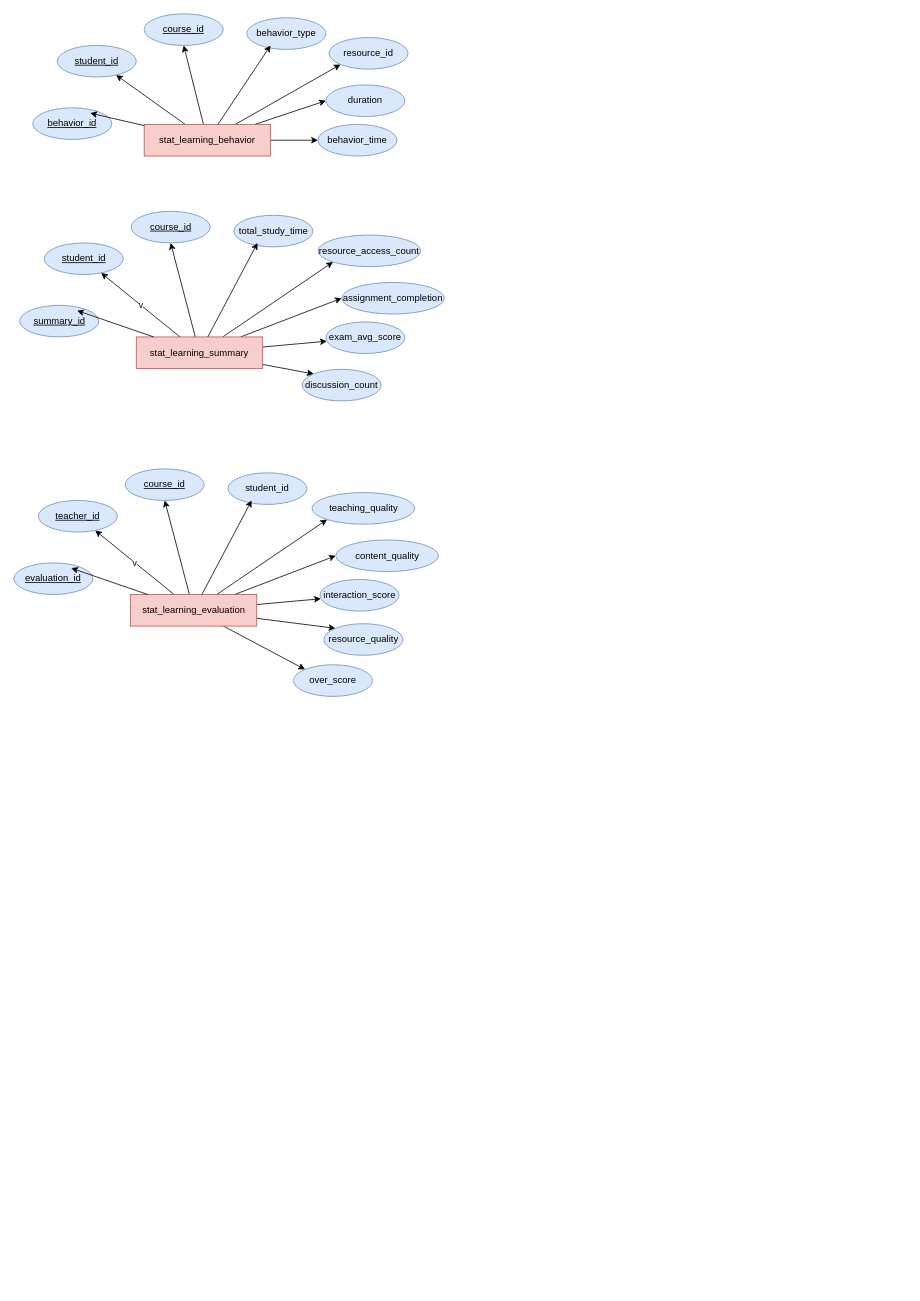
This is 教学评估er.drawio from ytrLove/text_repo, a draw.io file, before an edit. Source tidied: cells renumbered, new cells numbered last; positions are measured from the earlier drawing's top-left corner, leaving out a move shared by most shapes. Both pictures are drawn from the tidied source at 79%, with x=0, y=0 at pixel (13, 13).
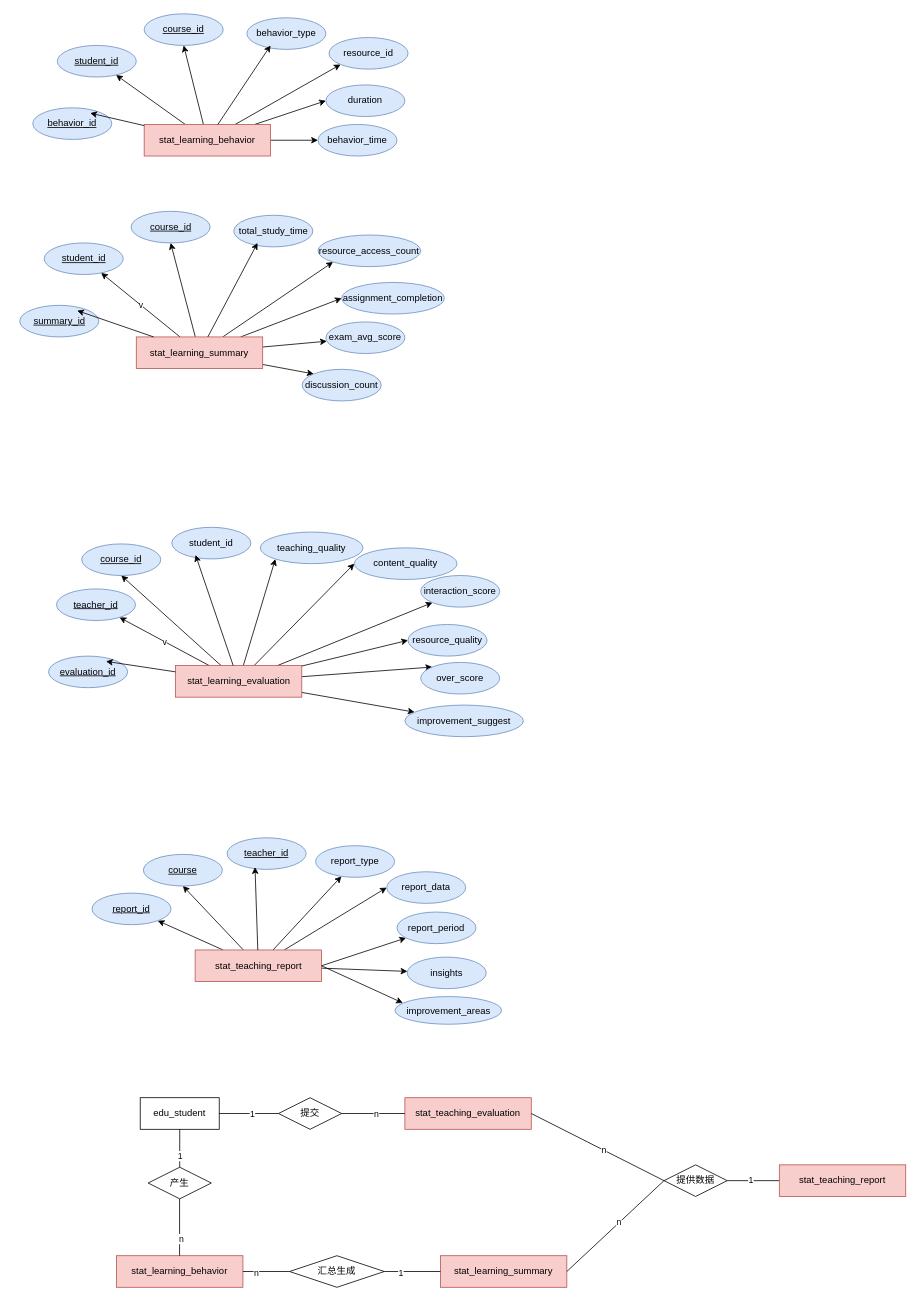
The same diagram, later.

Diff of the diagram source:
```diff
@@
+    <mxCell id="40" style="edgeStyle=none;rounded=0;jettySize=auto;html=1;entryX=0;entryY=0;entryDx=0;entryDy=0;" parent="1" edge="1" source="41" target="52">
+      <mxGeometry relative="1" as="geometry" />
+    </mxCell>
-    <mxCell id="39" style="edgeStyle=none;rounded=0;jettySize=auto;html=1;entryX=0;entryY=0;entryDx=0;entryDy=0;" parent="1" edge="1" source="41" target="51">
+    <mxCell id="39" style="edgeStyle=none;rounded=0;jettySize=auto;html=1;entryX=0;entryY=0.5;entryDx=0;entryDy=0;" parent="1" edge="1" source="41" target="51">
       <mxGeometry relative="1" as="geometry" />
     </mxCell>
-    <mxCell id="40" style="edgeStyle=none;rounded=0;jettySize=auto;html=1;entryX=0;entryY=0;entryDx=0;entryDy=0;" parent="1" edge="1" source="41" target="52">
-      <mxGeometry relative="1" as="geometry" />
-    </mxCell>
+    <mxCell id="53" style="edgeStyle=none;rounded=0;jettySize=auto;html=1;" parent="1" edge="1" source="41" target="54">
+      <mxGeometry relative="1" as="geometry" />
+    </mxCell>
     <mxCell id="41" value="stat_learning_evaluation" style="whiteSpace=wrap;html=1;align=center;fillColor=#f8cecc;strokeColor=#b85450;" parent="1" vertex="1">
-      <mxGeometry x="147.5" y="735" width="160" height="40" as="geometry" />
+      <mxGeometry x="204.5" y="825" width="160" height="40" as="geometry" />
     </mxCell>
     <mxCell id="42" value="student_id" style="ellipse;whiteSpace=wrap;html=1;align=center;fillColor=#dae8fc;strokeColor=#6c8ebf;" parent="1" vertex="1">
-      <mxGeometry x="271" y="581" width="100" height="40" as="geometry" />
+      <mxGeometry x="200" y="650" width="100" height="40" as="geometry" />
     </mxCell>
     <mxCell id="43" value="evaluation_id" style="ellipse;whiteSpace=wrap;html=1;align=center;fontStyle=4;fillColor=#dae8fc;strokeColor=#6c8ebf;" parent="1" vertex="1">
-      <mxGeometry y="695" width="100" height="40" as="geometry" />
+      <mxGeometry x="44" y="813" width="100" height="40" as="geometry" />
     </mxCell>
     <mxCell id="44" value="teacher_id" style="ellipse;whiteSpace=wrap;html=1;align=center;fontStyle=4;fillColor=#dae8fc;strokeColor=#6c8ebf;" parent="1" vertex="1">
-      <mxGeometry x="31" y="616" width="100" height="40" as="geometry" />
+      <mxGeometry x="54" y="728" width="100" height="40" as="geometry" />
     </mxCell>
     <mxCell id="45" value="course_id" style="ellipse;whiteSpace=wrap;html=1;align=center;fontStyle=4;fillColor=#dae8fc;strokeColor=#6c8ebf;" parent="1" vertex="1">
-      <mxGeometry x="141" y="576" width="100" height="40" as="geometry" />
+      <mxGeometry x="86" y="671" width="100" height="40" as="geometry" />
     </mxCell>
     <mxCell id="46" value="teaching_quality" style="ellipse;whiteSpace=wrap;html=1;align=center;fillColor=#dae8fc;strokeColor=#6c8ebf;" parent="1" vertex="1">
-      <mxGeometry x="377.5" y="606" width="130" height="40" as="geometry" />
+      <mxGeometry x="312" y="656" width="130" height="40" as="geometry" />
     </mxCell>
     <mxCell id="47" value="content_quality" style="ellipse;whiteSpace=wrap;html=1;align=center;fillColor=#dae8fc;strokeColor=#6c8ebf;" parent="1" vertex="1">
-      <mxGeometry x="407.5" y="666" width="130" height="40" as="geometry" />
+      <mxGeometry x="431" y="676" width="130" height="40" as="geometry" />
     </mxCell>
     <mxCell id="48" value="interaction_score" style="ellipse;whiteSpace=wrap;html=1;align=center;fillColor=#dae8fc;strokeColor=#6c8ebf;" parent="1" vertex="1">
-      <mxGeometry x="387.5" y="716" width="100" height="40" as="geometry" />
+      <mxGeometry x="515" y="711" width="100" height="40" as="geometry" />
     </mxCell>
@@
+    <mxCell id="52" value="over_score" style="ellipse;whiteSpace=wrap;html=1;align=center;fillColor=#dae8fc;strokeColor=#6c8ebf;" parent="1" vertex="1">
+      <mxGeometry x="515" y="821" width="100" height="40" as="geometry" />
+    </mxCell>
     <mxCell id="51" value="resource_quality" style="ellipse;whiteSpace=wrap;html=1;align=center;fillColor=#dae8fc;strokeColor=#6c8ebf;" parent="1" vertex="1">
-      <mxGeometry x="392.5" y="772" width="100" height="40" as="geometry" />
+      <mxGeometry x="499" y="773" width="100" height="40" as="geometry" />
     </mxCell>
-    <mxCell id="52" value="over_score" style="ellipse;whiteSpace=wrap;html=1;align=center;fillColor=#dae8fc;strokeColor=#6c8ebf;" parent="1" vertex="1">
-      <mxGeometry x="354" y="824" width="100" height="40" as="geometry" />
-    </mxCell>
+    <mxCell id="54" value="improvement_suggest" style="ellipse;whiteSpace=wrap;html=1;align=center;fillColor=#dae8fc;strokeColor=#6c8ebf;" parent="1" vertex="1">
+      <mxGeometry x="495" y="875" width="150" height="40" as="geometry" />
+    </mxCell>
+    <mxCell id="55" style="edgeStyle=none;rounded=0;jettySize=auto;html=1;" parent="1" edge="1" source="61" target="62">
+      <mxGeometry relative="1" as="geometry" />
+    </mxCell>
+    <mxCell id="56" style="edgeStyle=none;rounded=0;jettySize=auto;html=1;entryX=0.5;entryY=1;entryDx=0;entryDy=0;" parent="1" edge="1" source="61" target="63">
+      <mxGeometry relative="1" as="geometry" />
+    </mxCell>
+    <mxCell id="57" style="edgeStyle=none;rounded=0;jettySize=auto;html=1;" parent="1" edge="1" source="61" target="66">
+      <mxGeometry relative="1" as="geometry" />
+    </mxCell>
+    <mxCell id="58" style="edgeStyle=none;rounded=0;jettySize=auto;html=1;exitX=1;exitY=0.5;exitDx=0;exitDy=0;" parent="1" edge="1" source="61" target="67">
+      <mxGeometry relative="1" as="geometry" />
+    </mxCell>
+    <mxCell id="59" style="edgeStyle=none;rounded=0;jettySize=auto;html=1;entryX=0;entryY=0.5;entryDx=0;entryDy=0;" parent="1" edge="1" source="61" target="68">
+      <mxGeometry relative="1" as="geometry" />
+    </mxCell>
+    <mxCell id="60" style="edgeStyle=none;rounded=0;jettySize=auto;html=1;" parent="1" edge="1" source="61" target="69">
+      <mxGeometry relative="1" as="geometry" />
+    </mxCell>
+    <mxCell id="61" value="stat_teaching_report" style="whiteSpace=wrap;html=1;align=center;fillColor=#f8cecc;strokeColor=#b85450;" parent="1" vertex="1">
+      <mxGeometry x="229.5" y="1185" width="160" height="40" as="geometry" />
+    </mxCell>
+    <mxCell id="62" value="report_id" style="ellipse;whiteSpace=wrap;html=1;align=center;fontStyle=4;fillColor=#dae8fc;strokeColor=#6c8ebf;" parent="1" vertex="1">
+      <mxGeometry x="99" y="1113" width="100" height="40" as="geometry" />
+    </mxCell>
+    <mxCell id="63" value="course" style="ellipse;whiteSpace=wrap;html=1;align=center;fontStyle=4;fillColor=#dae8fc;strokeColor=#6c8ebf;" parent="1" vertex="1">
+      <mxGeometry x="164" y="1064" width="100" height="40" as="geometry" />
+    </mxCell>
+    <mxCell id="64" value="teacher_id" style="ellipse;whiteSpace=wrap;html=1;align=center;fontStyle=4;fillColor=#dae8fc;strokeColor=#6c8ebf;" parent="1" vertex="1">
+      <mxGeometry x="270" y="1043" width="100" height="40" as="geometry" />
+    </mxCell>
+    <mxCell id="65" style="edgeStyle=none;rounded=0;jettySize=auto;html=1;entryX=0.353;entryY=0.928;entryDx=0;entryDy=0;entryPerimeter=0;" parent="1" edge="1" source="61" target="64">
+      <mxGeometry relative="1" as="geometry" />
+    </mxCell>
+    <mxCell id="66" value="report_type" style="ellipse;whiteSpace=wrap;html=1;align=center;fillColor=#dae8fc;strokeColor=#6c8ebf;" parent="1" vertex="1">
+      <mxGeometry x="382" y="1053" width="100" height="40" as="geometry" />
+    </mxCell>
+    <mxCell id="67" value="report_period" style="ellipse;whiteSpace=wrap;html=1;align=center;fillColor=#dae8fc;strokeColor=#6c8ebf;" parent="1" vertex="1">
+      <mxGeometry x="485" y="1137" width="100" height="40" as="geometry" />
+    </mxCell>
+    <mxCell id="68" value="report_data" style="ellipse;whiteSpace=wrap;html=1;align=center;fillColor=#dae8fc;strokeColor=#6c8ebf;" parent="1" vertex="1">
+      <mxGeometry x="472" y="1086" width="100" height="40" as="geometry" />
+    </mxCell>
+    <mxCell id="69" value="insights" style="ellipse;whiteSpace=wrap;html=1;align=center;fillColor=#dae8fc;strokeColor=#6c8ebf;" parent="1" vertex="1">
+      <mxGeometry x="498" y="1194" width="100" height="40" as="geometry" />
+    </mxCell>
+    <mxCell id="70" value="improvement_areas" style="ellipse;whiteSpace=wrap;html=1;align=center;fillColor=#dae8fc;strokeColor=#6c8ebf;" parent="1" vertex="1">
+      <mxGeometry x="482.5" y="1244" width="135" height="35" as="geometry" />
+    </mxCell>
+    <mxCell id="71" style="edgeStyle=none;rounded=0;jettySize=auto;html=1;exitX=1;exitY=0.5;exitDx=0;exitDy=0;entryX=0.073;entryY=0.231;entryDx=0;entryDy=0;entryPerimeter=0;" parent="1" edge="1" source="61" target="70">
+      <mxGeometry relative="1" as="geometry" />
+    </mxCell>
+    <mxCell id="72" value="stat_learning_summary" style="whiteSpace=wrap;html=1;align=center;fillColor=#f8cecc;strokeColor=#b85450;" parent="1" vertex="1">
+      <mxGeometry x="540" y="1572" width="160" height="40" as="geometry" />
+    </mxCell>
+    <mxCell id="73" value="edu_student" style="whiteSpace=wrap;html=1;align=center;" parent="1" vertex="1">
+      <mxGeometry x="160" y="1372" width="100" height="40" as="geometry" />
+    </mxCell>
+    <mxCell id="74" value="产生" style="shape=rhombus;perimeter=rhombusPerimeter;whiteSpace=wrap;html=1;align=center;" parent="1" vertex="1">
+      <mxGeometry x="170" y="1460" width="80" height="40" as="geometry" />
+    </mxCell>
+    <mxCell id="75" value="stat_learning_behavior" style="whiteSpace=wrap;html=1;align=center;fillColor=#f8cecc;strokeColor=#b85450;" parent="1" vertex="1">
+      <mxGeometry x="130" y="1572" width="160" height="40" as="geometry" />
+    </mxCell>
+    <mxCell id="76" value="1&amp;nbsp;" style="endArrow=none;html=1;rounded=0;entryX=0.5;entryY=1;entryDx=0;entryDy=0;" parent="1" edge="1" source="74" target="73">
+      <mxGeometry x="-0.42" y="-2" relative="1" as="geometry" />
+    </mxCell>
+    <mxCell id="77" value="n" style="endArrow=none;html=1;rounded=0;" parent="1" edge="1">
+      <mxGeometry x="-0.42" y="-2" relative="1" as="geometry">
+        <mxPoint x="209.8" y="1572" as="sourcePoint" />
+        <mxPoint x="209.8" y="1500" as="targetPoint" />
+      </mxGeometry>
+    </mxCell>
+    <mxCell id="78" value="汇总生成" style="shape=rhombus;perimeter=rhombusPerimeter;whiteSpace=wrap;html=1;align=center;" parent="1" vertex="1">
+      <mxGeometry x="349" y="1572" width="120" height="40" as="geometry" />
+    </mxCell>
+    <mxCell id="79" value="n" style="endArrow=none;html=1;rounded=0;entryX=0;entryY=0.5;entryDx=0;entryDy=0;exitX=1;exitY=0.5;exitDx=0;exitDy=0;" parent="1" edge="1" source="75" target="78">
+      <mxGeometry x="-0.42" y="-2" relative="1" as="geometry" />
+    </mxCell>
+    <mxCell id="80" value="1" style="endArrow=none;html=1;rounded=0;entryX=0;entryY=0.5;entryDx=0;entryDy=0;exitX=1;exitY=0.5;exitDx=0;exitDy=0;" parent="1" edge="1" source="78" target="72">
+      <mxGeometry x="-0.42" y="-2" relative="1" as="geometry" />
+    </mxCell>
+    <mxCell id="81" value="提交" style="shape=rhombus;perimeter=rhombusPerimeter;whiteSpace=wrap;html=1;align=center;" parent="1" vertex="1">
+      <mxGeometry x="335" y="1372" width="80" height="40" as="geometry" />
+    </mxCell>
+    <mxCell id="82" value="stat_teaching_evaluation" style="whiteSpace=wrap;html=1;align=center;fillColor=#f8cecc;strokeColor=#b85450;" parent="1" vertex="1">
+      <mxGeometry x="495" y="1372" width="160" height="40" as="geometry" />
+    </mxCell>
+    <mxCell id="83" style="endArrow=none;html=1;rounded=0;exitX=1;exitY=0.5;exitDx=0;exitDy=0;entryX=0;entryY=0.5;entryDx=0;entryDy=0;" parent="1" edge="1" source="73" target="81">
+      <mxGeometry relative="1" as="geometry" />
+    </mxCell>
+    <mxCell id="84" value="1" style="edgeLabel;html=1;align=center;verticalAlign=middle;" parent="83" vertex="1">
+      <mxGeometry x="0.08" relative="1" as="geometry" />
+    </mxCell>
+    <mxCell id="85" style="endArrow=none;html=1;rounded=0;exitX=1;exitY=0.5;exitDx=0;exitDy=0;entryX=0;entryY=0.5;entryDx=0;entryDy=0;" parent="1" edge="1" source="81" target="82">
+      <mxGeometry relative="1" as="geometry" />
+    </mxCell>
+    <mxCell id="86" value="n" style="edgeLabel;html=1;align=center;verticalAlign=middle;" parent="85" vertex="1">
+      <mxGeometry x="0.08" relative="1" as="geometry" />
+    </mxCell>
+    <mxCell id="87" value="提供数据" style="shape=rhombus;perimeter=rhombusPerimeter;whiteSpace=wrap;html=1;align=center;" parent="1" vertex="1">
+      <mxGeometry x="823" y="1457" width="80" height="40" as="geometry" />
+    </mxCell>
+    <mxCell id="88" style="endArrow=none;html=1;rounded=0;exitX=1;exitY=0.5;exitDx=0;exitDy=0;entryX=0;entryY=0.5;entryDx=0;entryDy=0;" parent="1" edge="1" source="82" target="87">
+      <mxGeometry relative="1" as="geometry" />
+    </mxCell>
+    <mxCell id="89" value="n" style="edgeLabel;html=1;align=center;verticalAlign=middle;" parent="88" vertex="1">
+      <mxGeometry x="0.08" y="1" relative="1" as="geometry" />
+    </mxCell>
+    <mxCell id="90" style="endArrow=none;html=1;rounded=0;exitX=1;exitY=0.5;exitDx=0;exitDy=0;entryX=0;entryY=0.5;entryDx=0;entryDy=0;" parent="1" edge="1" source="72" target="87">
+      <mxGeometry relative="1" as="geometry" />
+    </mxCell>
+    <mxCell id="91" value="n" style="edgeLabel;html=1;align=center;verticalAlign=middle;" parent="90" vertex="1">
+      <mxGeometry x="0.08" y="1" relative="1" as="geometry" />
+    </mxCell>
+    <mxCell id="92" style="endArrow=none;html=1;rounded=0;exitX=1;exitY=0.5;exitDx=0;exitDy=0;entryX=0;entryY=0.5;entryDx=0;entryDy=0;" parent="1" edge="1" source="87" target="94">
+      <mxGeometry relative="1" as="geometry" />
+    </mxCell>
+    <mxCell id="93" value="1" style="edgeLabel;html=1;align=center;verticalAlign=middle;" parent="92" vertex="1">
+      <mxGeometry x="-0.13" y="2" relative="1" as="geometry" />
+    </mxCell>
+    <mxCell id="94" value="stat_teaching_report" style="whiteSpace=wrap;html=1;align=center;fillColor=#f8cecc;strokeColor=#b85450;" parent="1" vertex="1">
+      <mxGeometry x="969" y="1457" width="160" height="40" as="geometry" />
+    </mxCell>
```
